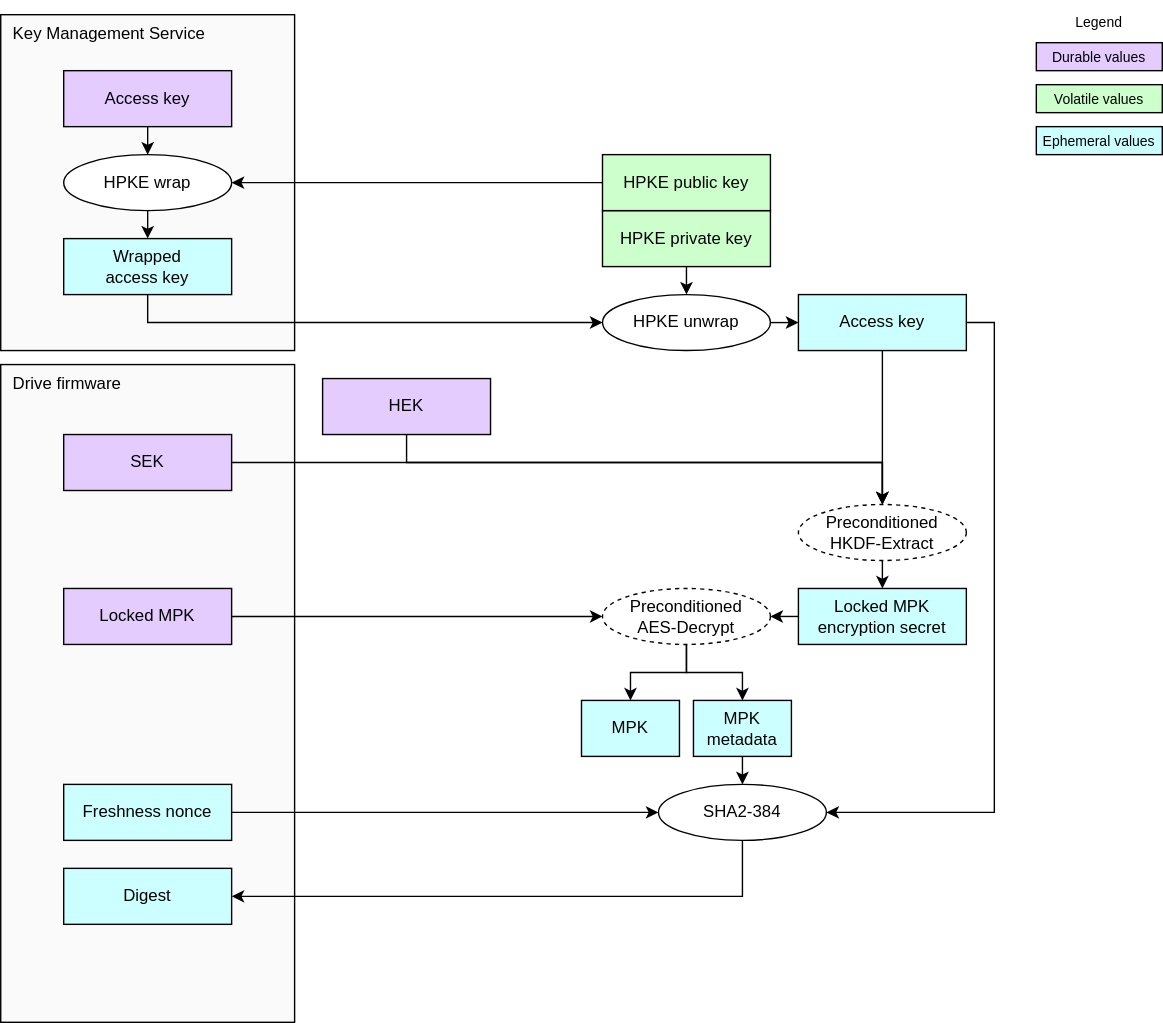
Before: doc/ocp_lock/diagrams/mpk_access_key_testing.drawio.svg, a diagram exported from draw.io (chipsalliance/Caliptra). Source tidied: cells renumbered, new cells last; positions are measured from the earlier drawing's top-left corner, leaving out a move shared by most shapes.
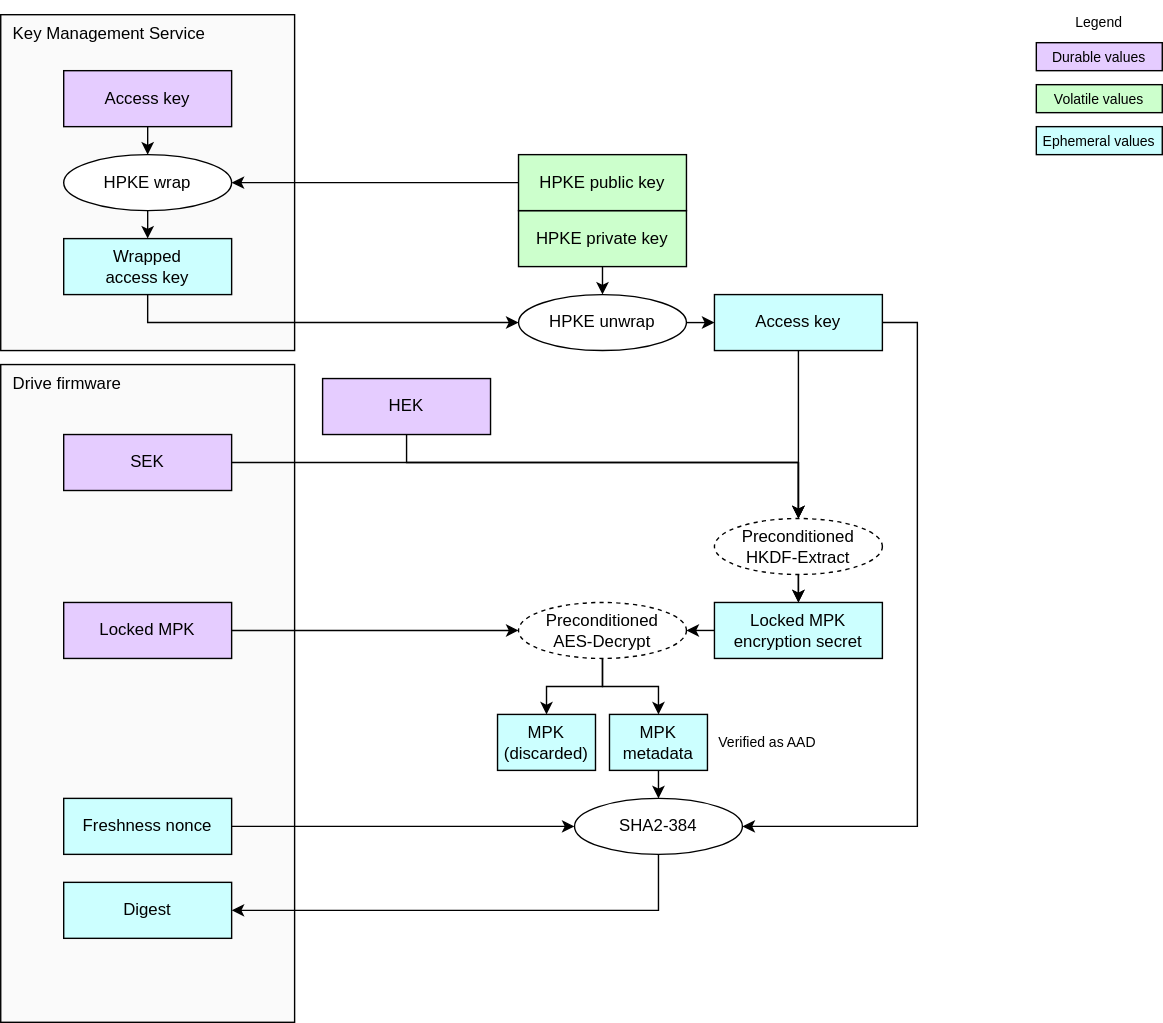
Above is the later version.

Diff of the diagram source:
```diff
@@ -9,7 +9,7 @@
       <mxGeometry y="10" width="210" height="240" as="geometry" />
     </mxCell>
     <mxCell id="4" value="&lt;div&gt;&lt;font color=&quot;#000000&quot;&gt;Locked MPK&lt;/font&gt;&lt;/div&gt;" style="rounded=0;whiteSpace=wrap;html=1;align=center;verticalAlign=middle;shadow=0;glass=0;spacingLeft=0;spacingBottom=0;spacingTop=0;fillColor=#E5CCFF;" parent="1" vertex="1">
-      <mxGeometry x="45" y="420" width="120" height="40" as="geometry" />
+      <mxGeometry x="45" y="430" width="120" height="40" as="geometry" />
     </mxCell>
     <mxCell id="5" value="&lt;div&gt;&lt;font color=&quot;#000000&quot;&gt;HEK&lt;/font&gt;&lt;/div&gt;" style="rounded=0;whiteSpace=wrap;html=1;align=center;verticalAlign=middle;shadow=0;glass=0;spacingLeft=0;spacingBottom=0;spacingTop=0;fillColor=#E5CCFF;" parent="1" vertex="1">
       <mxGeometry x="230" y="270" width="120" height="40" as="geometry" />
@@ -17,35 +17,30 @@
     <mxCell id="6" style="edgeStyle=orthogonalEdgeStyle;html=1;exitX=1;exitY=0.5;exitDx=0;exitDy=0;entryX=1;entryY=0.5;entryDx=0;entryDy=0;rounded=0;" parent="1" edge="1" source="7" target="37">
       <mxGeometry relative="1" as="geometry">
         <Array as="points">
-          <mxPoint x="710" y="230" />
-          <mxPoint x="710" y="580" />
+          <mxPoint x="655" y="230" />
+          <mxPoint x="655" y="590" />
         </Array>
       </mxGeometry>
     </mxCell>
     <mxCell id="7" value="&lt;div&gt;&lt;font color=&quot;#000000&quot;&gt;Access key&lt;/font&gt;&lt;/div&gt;" style="rounded=0;whiteSpace=wrap;html=1;align=center;verticalAlign=middle;shadow=0;glass=0;spacingLeft=0;spacingBottom=0;spacingTop=0;fillColor=#CCFFFF;" parent="1" vertex="1">
-      <mxGeometry x="570" y="210" width="120" height="40" as="geometry" />
+      <mxGeometry x="510" y="210" width="120" height="40" as="geometry" />
     </mxCell>
-    <mxCell id="8" style="endArrow=classic;html=1;exitX=0.5;exitY=1;exitDx=0;exitDy=0;endSize=6;startSize=6;edgeStyle=orthogonalEdgeStyle;rounded=0;curved=0;entryX=0.5;entryY=0;entryDx=0;entryDy=0;" parent="1" edge="1" source="7" target="29">
-      <mxGeometry relative="1" as="geometry">
-        <Array as="points">
-          <mxPoint x="630" y="340" />
-          <mxPoint x="630" y="340" />
-        </Array>
-      </mxGeometry>
+    <mxCell id="8" style="endArrow=classic;html=1;exitX=0.5;exitY=1;exitDx=0;exitDy=0;endSize=6;startSize=6;rounded=0;entryX=0.5;entryY=0;entryDx=0;entryDy=0;" parent="1" edge="1" source="7" target="29">
+      <mxGeometry relative="1" as="geometry" />
     </mxCell>
     <mxCell id="9" style="edgeStyle=segmentEdgeStyle;endArrow=classic;html=1;curved=0;rounded=0;endSize=6;startSize=6;exitX=0.5;exitY=1;exitDx=0;exitDy=0;entryX=0.5;entryY=0;entryDx=0;entryDy=0;" parent="1" edge="1" source="5" target="29">
       <mxGeometry relative="1" as="geometry">
         <Array as="points">
           <mxPoint x="290" y="330" />
-          <mxPoint x="630" y="330" />
+          <mxPoint x="570" y="330" />
         </Array>
       </mxGeometry>
     </mxCell>
     <mxCell id="10" value="&lt;div&gt;&lt;font color=&quot;#000000&quot;&gt;HPKE private key&lt;/font&gt;&lt;/div&gt;" style="rounded=0;whiteSpace=wrap;html=1;align=center;verticalAlign=middle;shadow=0;glass=0;spacingLeft=0;spacingBottom=0;spacingTop=0;fillColor=#CCFFCC;" parent="1" vertex="1">
-      <mxGeometry x="430" y="150" width="120" height="40" as="geometry" />
+      <mxGeometry x="370" y="150" width="120" height="40" as="geometry" />
     </mxCell>
     <mxCell id="11" value="HPKE unwrap" style="ellipse;whiteSpace=wrap;html=1;fillColor=#FFFFFF;" parent="1" vertex="1">
-      <mxGeometry x="430" y="210" width="120" height="40" as="geometry" />
+      <mxGeometry x="370" y="210" width="120" height="40" as="geometry" />
     </mxCell>
     <mxCell id="12" style="endArrow=classic;html=1;exitX=1;exitY=0.5;exitDx=0;exitDy=0;endSize=6;startSize=6;" parent="1" edge="1" source="11" target="7">
       <mxGeometry relative="1" as="geometry" />
@@ -57,15 +52,10 @@
       <mxGeometry x="45" y="110" width="120" height="40" as="geometry" />
     </mxCell>
     <mxCell id="15" value="&lt;div&gt;&lt;font color=&quot;#000000&quot;&gt;HPKE public key&lt;/font&gt;&lt;/div&gt;" style="rounded=0;whiteSpace=wrap;html=1;align=center;verticalAlign=middle;shadow=0;glass=0;spacingLeft=0;spacingBottom=0;spacingTop=0;fillColor=#CCFFCC;" parent="1" vertex="1">
-      <mxGeometry x="430" y="110" width="120" height="40" as="geometry" />
+      <mxGeometry x="370" y="110" width="120" height="40" as="geometry" />
     </mxCell>
-    <mxCell id="16" style="edgeStyle=segmentEdgeStyle;endArrow=classic;html=1;curved=0;rounded=0;endSize=6;startSize=6;exitX=0;exitY=0.5;exitDx=0;exitDy=0;entryX=1;entryY=0.5;entryDx=0;entryDy=0;" parent="1" edge="1" source="15" target="14">
-      <mxGeometry relative="1" as="geometry">
-        <Array as="points">
-          <mxPoint x="410" y="130" />
-          <mxPoint x="410" y="130" />
-        </Array>
-      </mxGeometry>
+    <mxCell id="16" style="endArrow=classic;html=1;rounded=0;endSize=6;startSize=6;exitX=0;exitY=0.5;exitDx=0;exitDy=0;entryX=1;entryY=0.5;entryDx=0;entryDy=0;" parent="1" edge="1" source="15" target="14">
+      <mxGeometry relative="1" as="geometry" />
     </mxCell>
     <mxCell id="17" style="endArrow=classic;html=1;exitX=0.5;exitY=1;exitDx=0;exitDy=0;entryX=0.5;entryY=0;entryDx=0;entryDy=0;endSize=6;startSize=6;" parent="1" edge="1" source="14" target="13">
       <mxGeometry relative="1" as="geometry" />
@@ -104,23 +94,24 @@
     <mxCell id="27" style="endArrow=classic;html=1;exitX=1;exitY=0.5;exitDx=0;exitDy=0;endSize=6;startSize=6;edgeStyle=orthogonalEdgeStyle;rounded=0;entryX=0.5;entryY=0;entryDx=0;entryDy=0;" parent="1" edge="1" source="26" target="29">
       <mxGeometry relative="1" as="geometry">
         <Array as="points">
-          <mxPoint x="630" y="330" />
+          <mxPoint x="570" y="330" />
         </Array>
       </mxGeometry>
     </mxCell>
     <mxCell id="28" style="edgeStyle=none;html=1;exitX=0.5;exitY=1;exitDx=0;exitDy=0;entryX=0.5;entryY=0;entryDx=0;entryDy=0;" parent="1" edge="1" source="29" target="31">
       <mxGeometry relative="1" as="geometry" />
     </mxCell>
+    <mxCell id="44" style="edgeStyle=none;html=1;" parent="1" edge="1" source="29" target="31">
+      <mxGeometry relative="1" as="geometry" />
+    </mxCell>
     <mxCell id="29" value="Preconditioned&lt;div&gt;HKDF-Extract&lt;/div&gt;" style="ellipse;whiteSpace=wrap;html=1;fillColor=#FFFFFF;dashed=1;" parent="1" vertex="1">
-      <mxGeometry x="570" y="360" width="120" height="40" as="geometry" />
+      <mxGeometry x="510" y="370" width="120" height="40" as="geometry" />
     </mxCell>
-    <mxCell id="30" style="edgeStyle=none;html=1;exitX=0;exitY=0.5;exitDx=0;exitDy=0;entryX=1;entryY=0.5;entryDx=0;entryDy=0;" parent="1" edge="1" source="31">
-      <mxGeometry relative="1" as="geometry">
-        <mxPoint x="550" y="440" as="targetPoint" />
-      </mxGeometry>
+    <mxCell id="30" style="edgeStyle=none;html=1;exitX=0;exitY=0.5;exitDx=0;exitDy=0;entryX=1;entryY=0.5;entryDx=0;entryDy=0;" parent="1" edge="1" source="31" target="34">
+      <mxGeometry relative="1" as="geometry" />
     </mxCell>
     <mxCell id="31" value="&lt;div&gt;&lt;font color=&quot;#000000&quot;&gt;Locked MPK encryption secret&lt;/font&gt;&lt;/div&gt;" style="rounded=0;whiteSpace=wrap;html=1;align=center;verticalAlign=middle;shadow=0;glass=0;spacingLeft=0;spacingBottom=0;spacingTop=0;fillColor=#CCFFFF;" parent="1" vertex="1">
-      <mxGeometry x="570" y="420" width="120" height="40" as="geometry" />
+      <mxGeometry x="510" y="430" width="120" height="40" as="geometry" />
     </mxCell>
     <mxCell id="32" style="edgeStyle=orthogonalEdgeStyle;html=1;exitX=0.5;exitY=1;exitDx=0;exitDy=0;entryX=0.5;entryY=0;entryDx=0;entryDy=0;rounded=0;" parent="1" edge="1" source="34" target="41">
       <mxGeometry relative="1" as="geometry" />
@@ -129,7 +120,7 @@
       <mxGeometry relative="1" as="geometry" />
     </mxCell>
     <mxCell id="34" value="Preconditioned&lt;div&gt;AES-Decrypt&lt;/div&gt;" style="ellipse;whiteSpace=wrap;html=1;fillColor=#FFFFFF;dashed=1;" parent="1" vertex="1">
-      <mxGeometry x="430" y="420" width="120" height="40" as="geometry" />
+      <mxGeometry x="370" y="430" width="120" height="40" as="geometry" />
     </mxCell>
     <mxCell id="35" style="endArrow=classic;html=1;exitX=1;exitY=0.5;exitDx=0;exitDy=0;entryX=0;entryY=0.5;entryDx=0;entryDy=0;endSize=6;startSize=6;" parent="1" edge="1" source="4" target="34">
       <mxGeometry relative="1" as="geometry" />
@@ -138,25 +129,28 @@
       <mxGeometry relative="1" as="geometry" />
     </mxCell>
     <mxCell id="37" value="SHA2-384" style="ellipse;whiteSpace=wrap;html=1;fillColor=#FFFFFF;" parent="1" vertex="1">
-      <mxGeometry x="470" y="560" width="120" height="40" as="geometry" />
+      <mxGeometry x="410" y="570" width="120" height="40" as="geometry" />
     </mxCell>
     <mxCell id="38" style="edgeStyle=none;html=1;exitX=1;exitY=0.5;exitDx=0;exitDy=0;entryX=0;entryY=0.5;entryDx=0;entryDy=0;" parent="1" edge="1" source="39" target="37">
       <mxGeometry relative="1" as="geometry" />
     </mxCell>
     <mxCell id="39" value="&lt;div&gt;&lt;font color=&quot;#000000&quot;&gt;Freshness nonce&lt;/font&gt;&lt;/div&gt;" style="rounded=0;whiteSpace=wrap;html=1;align=center;verticalAlign=middle;shadow=0;glass=0;spacingLeft=0;spacingBottom=0;spacingTop=0;fillColor=#CCFFFF;" parent="1" vertex="1">
-      <mxGeometry x="45" y="560" width="120" height="40" as="geometry" />
+      <mxGeometry x="45" y="570" width="120" height="40" as="geometry" />
     </mxCell>
     <mxCell id="40" value="&lt;div&gt;&lt;font color=&quot;#000000&quot;&gt;Digest&lt;/font&gt;&lt;/div&gt;" style="rounded=0;whiteSpace=wrap;html=1;align=center;verticalAlign=middle;shadow=0;glass=0;spacingLeft=0;spacingBottom=0;spacingTop=0;fillColor=#CCFFFF;" parent="1" vertex="1">
-      <mxGeometry x="45" y="620" width="120" height="40" as="geometry" />
+      <mxGeometry x="45" y="630" width="120" height="40" as="geometry" />
     </mxCell>
-    <mxCell id="41" value="&lt;div&gt;&lt;font color=&quot;#000000&quot;&gt;MPK&lt;/font&gt;&lt;/div&gt;" style="rounded=0;whiteSpace=wrap;html=1;align=center;verticalAlign=middle;shadow=0;glass=0;spacingLeft=0;spacingBottom=0;spacingTop=0;fillColor=#CCFFFF;" parent="1" vertex="1">
-      <mxGeometry x="415" y="500" width="70" height="40" as="geometry" />
+    <mxCell id="41" value="&lt;div&gt;&lt;font color=&quot;#000000&quot;&gt;MPK (discarded)&lt;/font&gt;&lt;/div&gt;" style="rounded=0;whiteSpace=wrap;html=1;align=center;verticalAlign=middle;shadow=0;glass=0;spacingLeft=0;spacingBottom=0;spacingTop=0;fillColor=#CCFFFF;" parent="1" vertex="1">
+      <mxGeometry x="355" y="510" width="70" height="40" as="geometry" />
     </mxCell>
     <mxCell id="42" style="edgeStyle=none;html=1;exitX=0.5;exitY=1;exitDx=0;exitDy=0;entryX=0.5;entryY=0;entryDx=0;entryDy=0;" parent="1" edge="1" source="43" target="37">
       <mxGeometry relative="1" as="geometry" />
     </mxCell>
     <mxCell id="43" value="&lt;div&gt;&lt;font color=&quot;#000000&quot;&gt;MPK metadata&lt;/font&gt;&lt;/div&gt;" style="rounded=0;whiteSpace=wrap;html=1;align=center;verticalAlign=middle;shadow=0;glass=0;spacingLeft=0;spacingBottom=0;spacingTop=0;fillColor=#CCFFFF;" parent="1" vertex="1">
-      <mxGeometry x="495" y="500" width="70" height="40" as="geometry" />
+      <mxGeometry x="435" y="510" width="70" height="40" as="geometry" />
     </mxCell>
+    <mxCell id="45" value="Verified as AAD" style="text;strokeColor=none;align=center;fillColor=none;html=1;verticalAlign=middle;whiteSpace=wrap;rounded=0;fontSize=10;" parent="1" vertex="1">
+      <mxGeometry x="508" y="515" width="80" height="30" as="geometry" />
+    </mxCell>
   </root>
 </mxGraphModel>
```
